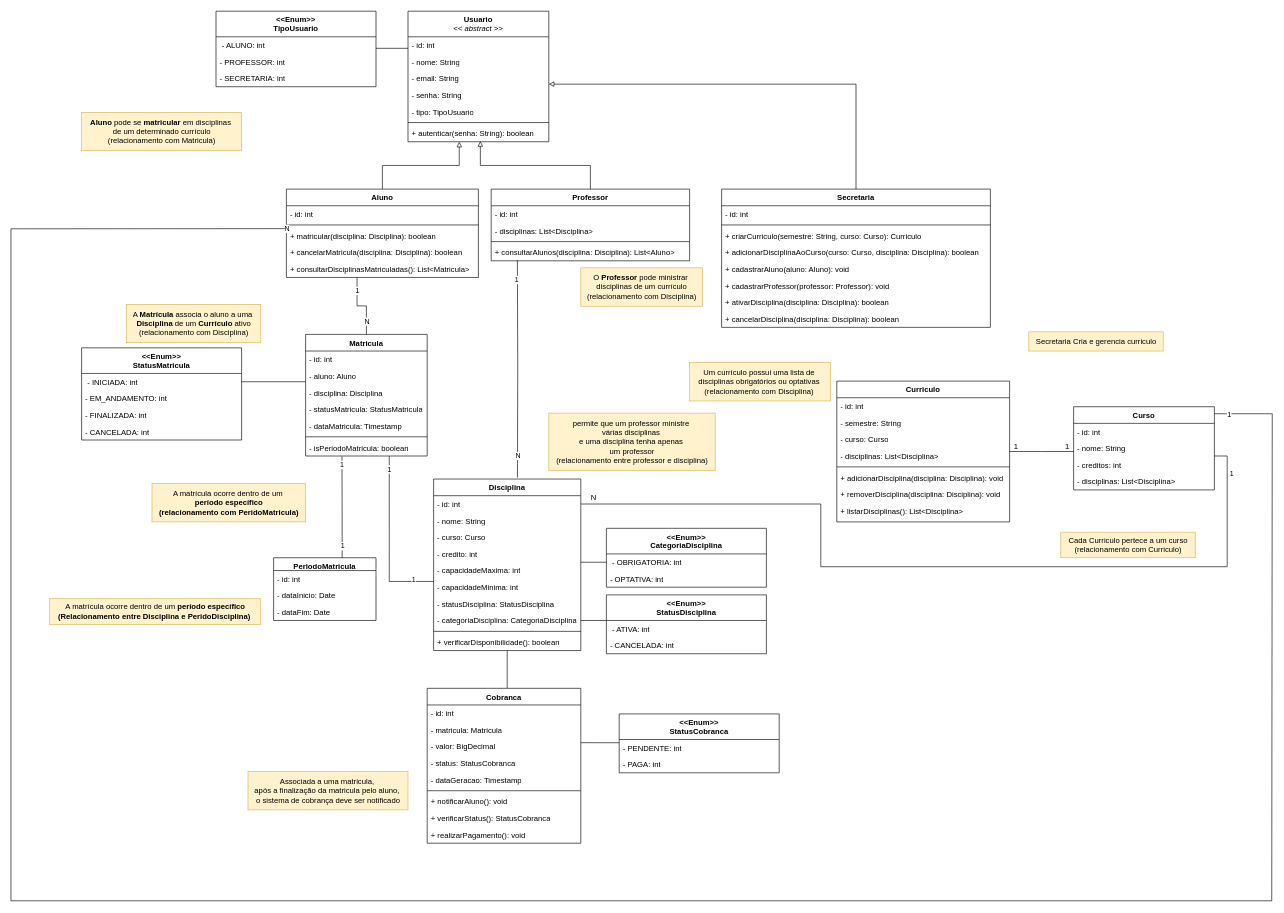
The draw.io diagram Artefatos/Diagrama de Classes/DiagramaDeClasses.drawio in kspencerl/enrollment-system, before the edit. Source tidied: cells renumbered, new cells numbered last; positions are measured from the earlier drawing's top-left corner, leaving out a move shared by most shapes. Both pictures are drawn from the tidied source at 64%, with x=0, y=0 at pixel (11, 11).
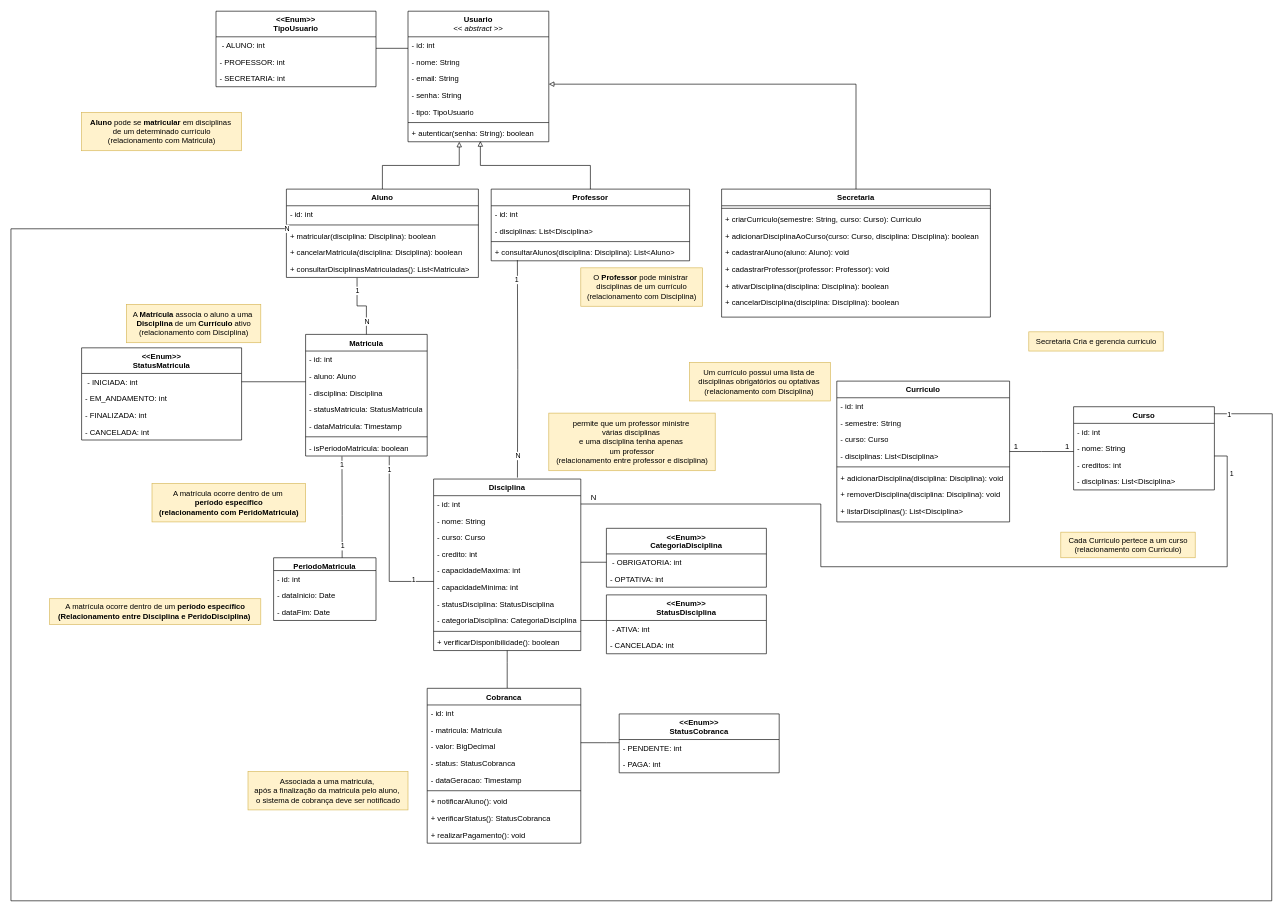
The same page after the edit.

Diff of the diagram source:
```diff
@@
     <mxCell id="2" value="Secretaria" style="swimlane;fontStyle=1;align=center;verticalAlign=top;horizontal=1;startSize=26;whiteSpace=wrap;html=1;" parent="1" vertex="1">
-      <mxGeometry x="1110" y="278" width="420" height="216" as="geometry" />
+      <mxGeometry x="1110" y="278" width="420" height="200" as="geometry" />
     </mxCell>
-    <mxCell id="3" value="- id: int" style="text;strokeColor=none;fillColor=none;align=left;verticalAlign=top;spacingLeft=4;spacingRight=4;overflow=hidden;whiteSpace=wrap;html=1;" parent="2" vertex="1">
-      <mxGeometry y="26" width="420" height="26" as="geometry" />
-    </mxCell>
     <mxCell id="4" style="line;strokeWidth=1;fillColor=none;align=left;verticalAlign=middle;spacingTop=-1;spacingLeft=3;spacingRight=3;labelPosition=right;strokeColor=inherit;" parent="2" vertex="1">
-      <mxGeometry y="52" width="420" height="8" as="geometry" />
+      <mxGeometry y="26" width="420" height="8" as="geometry" />
     </mxCell>
     <mxCell id="5" value="+ criarCurriculo(semestre: String, curso: Curso): Curriculo" style="text;strokeColor=none;fillColor=none;align=left;verticalAlign=top;spacingLeft=4;spacingRight=4;overflow=hidden;whiteSpace=wrap;html=1;" parent="2" vertex="1">
-      <mxGeometry y="60" width="420" height="26" as="geometry" />
+      <mxGeometry y="34" width="420" height="26" as="geometry" />
     </mxCell>
     <mxCell id="6" value="+ adicionarDisciplinaAoCurso(curso: Curso, disciplina: Disciplina): boolean" style="text;strokeColor=none;fillColor=none;align=left;verticalAlign=top;spacingLeft=4;spacingRight=4;overflow=hidden;whiteSpace=wrap;html=1;" parent="2" vertex="1">
-      <mxGeometry y="86" width="420" height="26" as="geometry" />
+      <mxGeometry y="60" width="420" height="26" as="geometry" />
     </mxCell>
     <mxCell id="7" value="+ cadastrarAluno(aluno: Aluno): void" style="text;strokeColor=none;fillColor=none;align=left;verticalAlign=top;spacingLeft=4;spacingRight=4;overflow=hidden;whiteSpace=wrap;html=1;" parent="2" vertex="1">
-      <mxGeometry y="112" width="420" height="26" as="geometry" />
+      <mxGeometry y="86" width="420" height="26" as="geometry" />
     </mxCell>
     <mxCell id="8" value="+ cadastrarProfessor(professor: Professor): void" style="text;strokeColor=none;fillColor=none;align=left;verticalAlign=top;spacingLeft=4;spacingRight=4;overflow=hidden;whiteSpace=wrap;html=1;" parent="2" vertex="1">
-      <mxGeometry y="138" width="420" height="26" as="geometry" />
+      <mxGeometry y="112" width="420" height="26" as="geometry" />
     </mxCell>
     <mxCell id="9" value="+ ativarDisciplina(disciplina: Disciplina): boolean" style="text;strokeColor=none;fillColor=none;align=left;verticalAlign=top;spacingLeft=4;spacingRight=4;overflow=hidden;whiteSpace=wrap;html=1;" parent="2" vertex="1">
-      <mxGeometry y="164" width="420" height="26" as="geometry" />
+      <mxGeometry y="138" width="420" height="26" as="geometry" />
     </mxCell>
     <mxCell id="10" value="+ cancelarDisciplina(disciplina: Disciplina): boolean" style="text;strokeColor=none;fillColor=none;align=left;verticalAlign=top;spacingLeft=4;spacingRight=4;overflow=hidden;whiteSpace=wrap;html=1;" parent="2" vertex="1">
-      <mxGeometry y="190" width="420" height="26" as="geometry" />
+      <mxGeometry y="164" width="420" height="36" as="geometry" />
     </mxCell>
```
